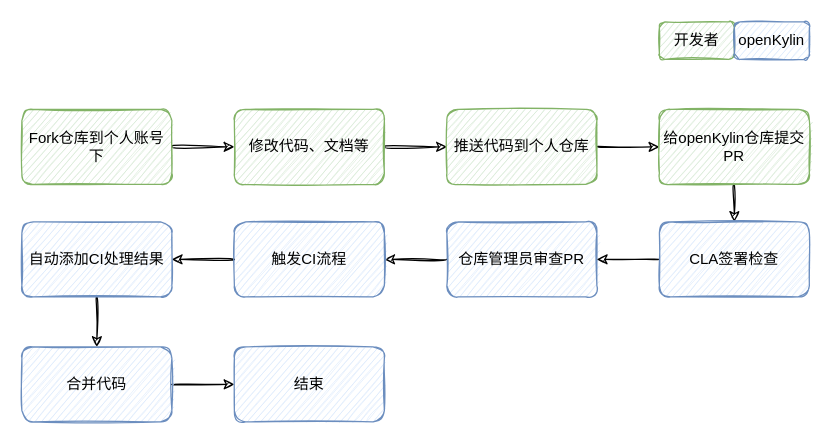
Before: 提交PR流程.drawio in weijiang1994/draw-io, a draw.io diagram. Source tidied: cells renumbered, new cells numbered last; positions are measured from the earlier drawing's top-left corner, leaving out a move shared by most shapes. Both pictures are drawn from the tidied source at 125%, with x=0, y=0 at pixel (21, 21).
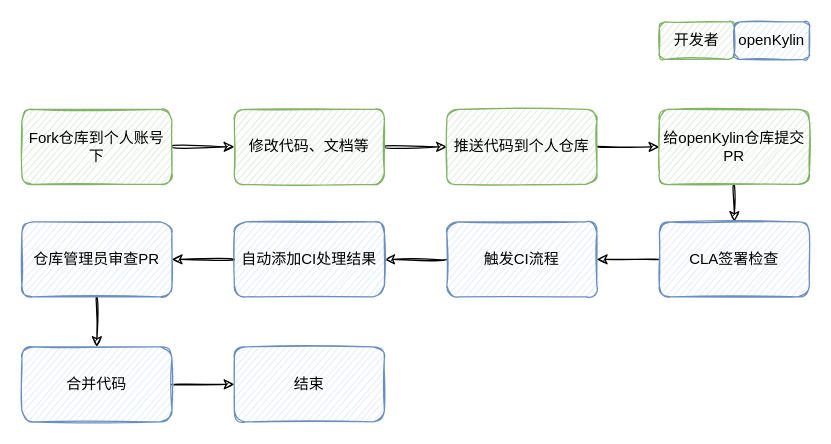
Above is the later version.

Commit message:
更新提交PR流程.drawio

Change to the diagram source:
```diff
@@
-    <mxCell id="11" value="仓库管理员审查PR" style="rounded=1;whiteSpace=wrap;html=1;sketch=1;fillColor=#dae8fc;strokeColor=#6c8ebf;" parent="1" vertex="1">
+    <mxCell id="11" value="触发CI流程" style="rounded=1;whiteSpace=wrap;html=1;sketch=1;fillColor=#dae8fc;strokeColor=#6c8ebf;" parent="1" vertex="1">
       <mxGeometry x="340" y="160" width="120" height="60" as="geometry" />
     </mxCell>
@@
-    <mxCell id="13" value="触发CI流程" style="rounded=1;whiteSpace=wrap;html=1;sketch=1;fillColor=#dae8fc;strokeColor=#6c8ebf;" parent="1" vertex="1">
+    <mxCell id="13" value="自动添加CI处理结果" style="rounded=1;whiteSpace=wrap;html=1;sketch=1;fillColor=#dae8fc;strokeColor=#6c8ebf;" parent="1" vertex="1">
       <mxGeometry x="170" y="160" width="120" height="60" as="geometry" />
     </mxCell>
@@
-    <mxCell id="17" value="自动添加CI处理结果" style="rounded=1;whiteSpace=wrap;html=1;sketch=1;fillColor=#dae8fc;strokeColor=#6c8ebf;" parent="1" vertex="1">
+    <mxCell id="17" value="仓库管理员审查PR" style="rounded=1;whiteSpace=wrap;html=1;sketch=1;fillColor=#dae8fc;strokeColor=#6c8ebf;" parent="1" vertex="1">
       <mxGeometry y="160" width="120" height="60" as="geometry" />
     </mxCell>
```
